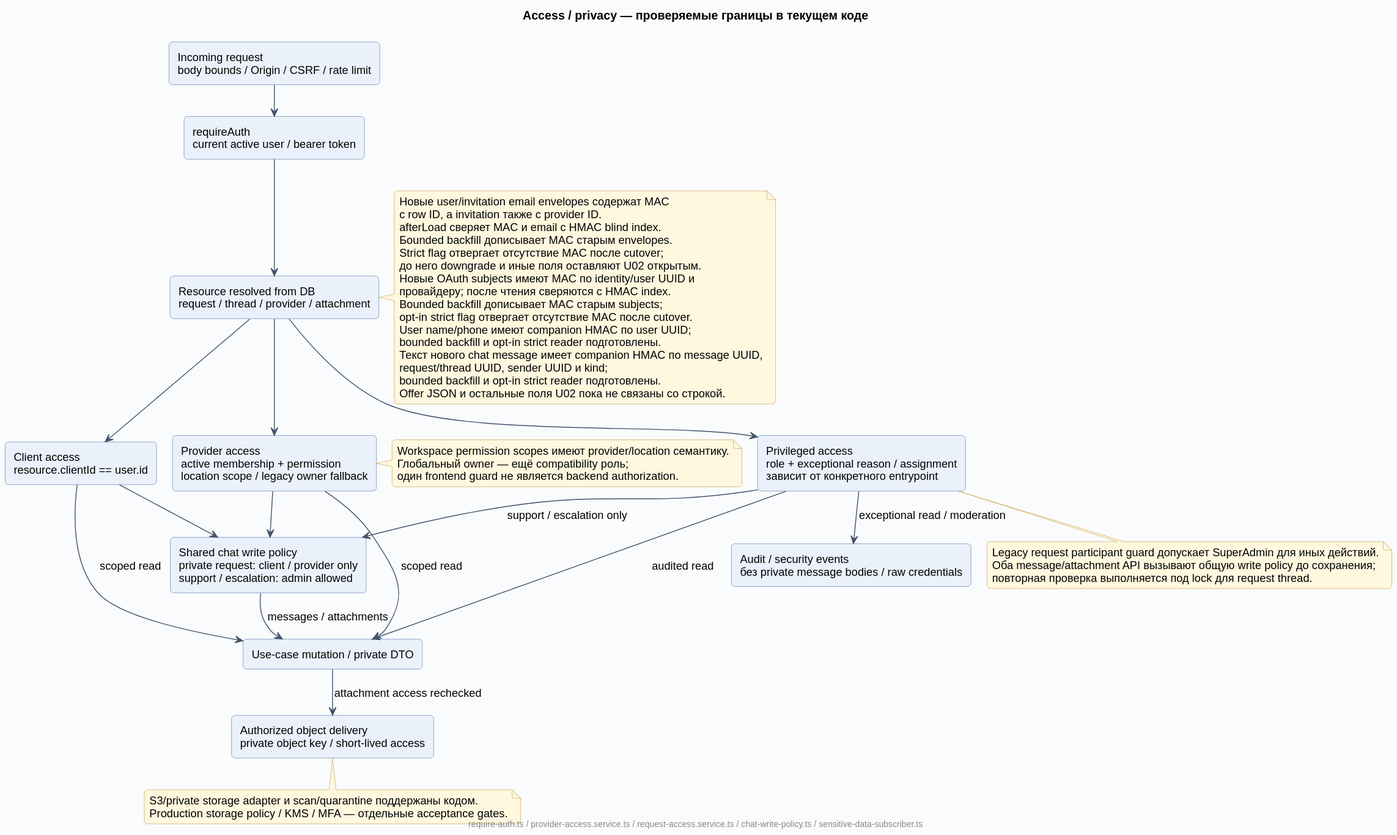
The PlantUML diagram docs/diagrams/rendered/09-access-privacy.svg in Dima163163/auto-care-hub, before a commit.
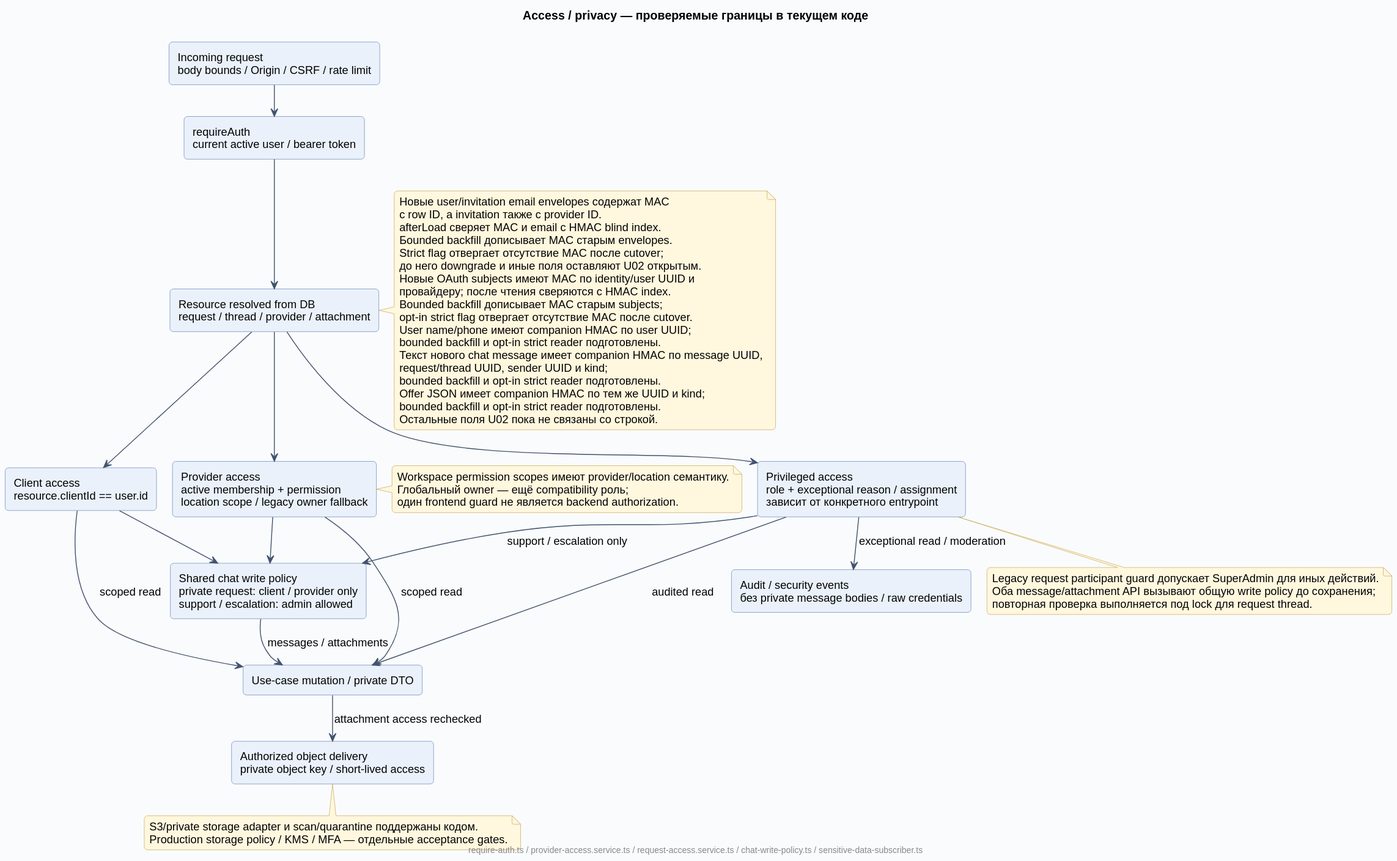
Later version of the same file.

The edit, as a diff of the source:
```diff
@@ -47,7 +47,9 @@
   Текст нового chat message имеет companion HMAC по message UUID,
   request/thread UUID, sender UUID и kind;
   bounded backfill и opt-in strict reader подготовлены.
-  Offer JSON и остальные поля U02 пока не связаны со строкой.
+  Offer JSON имеет companion HMAC по тем же UUID и kind;
+  bounded backfill и opt-in strict reader подготовлены.
+  Остальные поля U02 пока не связаны со строкой.
 end note
 note bottom of Admin
   Legacy request participant guard допускает SuperAdmin для иных действий.
```
